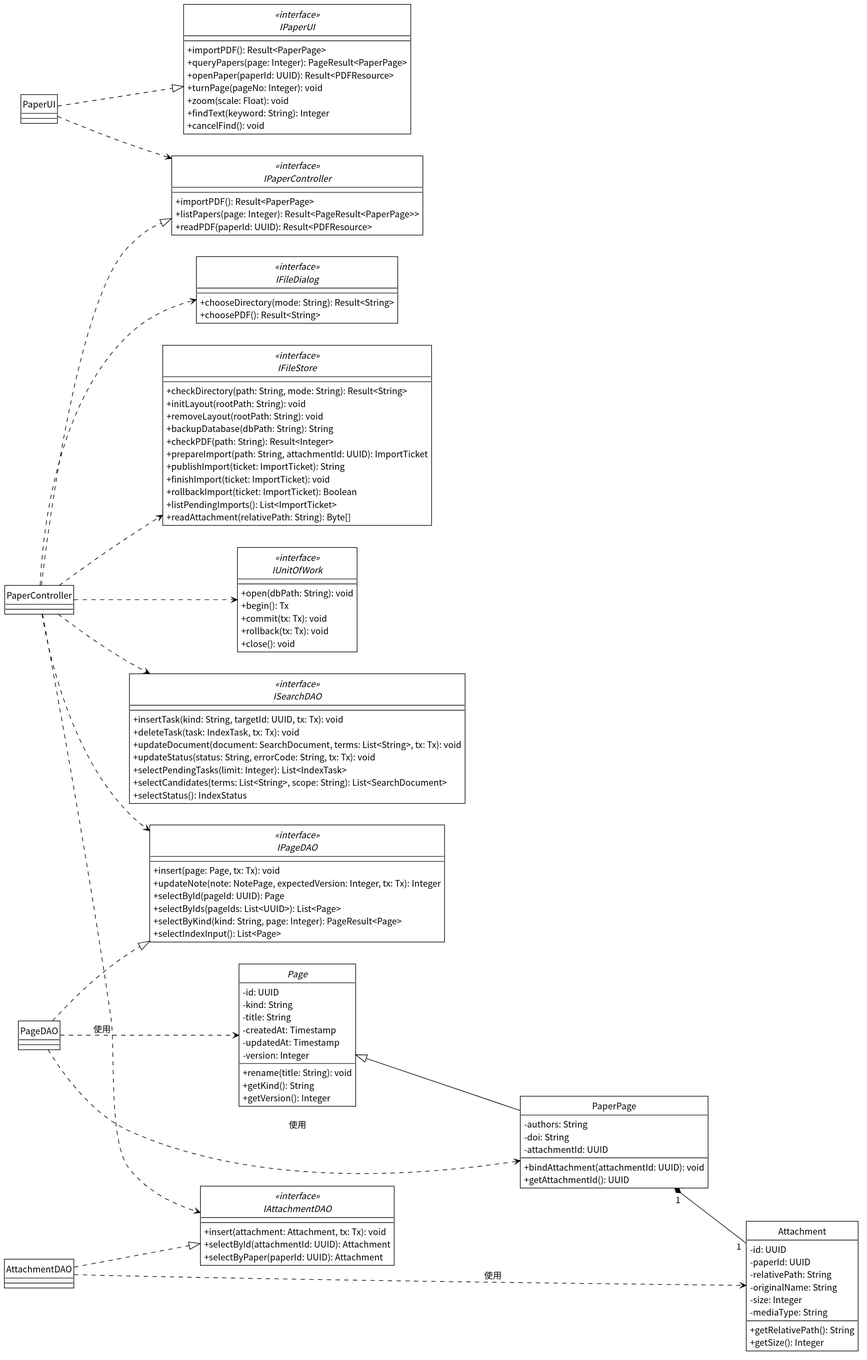
Earlier version of the PlantUML export docs/SE_Experiment/design/figures/components-uc04.svg (AlanRosston/labloom). Source of this version:
```plantuml
@startuml
!include _style.iuml
left to right direction

interface IPaperUI <<interface>> {
  + importPDF(): Result<PaperPage>
  + queryPapers(page: Integer): PageResult<PaperPage>
  + openPaper(paperId: UUID): Result<PDFResource>
  + turnPage(pageNo: Integer): void
  + zoom(scale: Float): void
  + findText(keyword: String): Integer
  + cancelFind(): void
}
interface IPaperController <<interface>> {
  + importPDF(): Result<PaperPage>
  + listPapers(page: Integer): Result<PageResult<PaperPage>>
  + readPDF(paperId: UUID): Result<PDFResource>
}
interface IFileDialog <<interface>> {
  + chooseDirectory(mode: String): Result<String>
  + choosePDF(): Result<String>
}
interface IFileStore <<interface>> {
  + checkDirectory(path: String, mode: String): Result<String>
  + initLayout(rootPath: String): void
  + removeLayout(rootPath: String): void
  + backupDatabase(dbPath: String): String
  + checkPDF(path: String): Result<Integer>
  + prepareImport(path: String, attachmentId: UUID): ImportTicket
  + publishImport(ticket: ImportTicket): String
  + finishImport(ticket: ImportTicket): void
  + rollbackImport(ticket: ImportTicket): Boolean
  + listPendingImports(): List<ImportTicket>
  + readAttachment(relativePath: String): Byte[]
}
interface IUnitOfWork <<interface>> {
  + open(dbPath: String): void
  + begin(): Tx
  + commit(tx: Tx): void
  + rollback(tx: Tx): void
  + close(): void
}
interface IPageDAO <<interface>> {
  + insert(page: Page, tx: Tx): void
  + updateNote(note: NotePage, expectedVersion: Integer, tx: Tx): Integer
  + selectById(pageId: UUID): Page
  + selectByIds(pageIds: List<UUID>): List<Page>
  + selectByKind(kind: String, page: Integer): PageResult<Page>
  + selectIndexInput(): List<Page>
}
interface IAttachmentDAO <<interface>> {
  + insert(attachment: Attachment, tx: Tx): void
  + selectById(attachmentId: UUID): Attachment
  + selectByPaper(paperId: UUID): Attachment
}
interface ISearchDAO <<interface>> {
  + insertTask(kind: String, targetId: UUID, tx: Tx): void
  + deleteTask(task: IndexTask, tx: Tx): void
  + updateDocument(document: SearchDocument, terms: List<String>, tx: Tx): void
  + updateStatus(status: String, errorCode: String, tx: Tx): void
  + selectPendingTasks(limit: Integer): List<IndexTask>
  + selectCandidates(terms: List<String>, scope: String): List<SearchDocument>
  + selectStatus(): IndexStatus
}
class PaperUI
class PaperController
class PageDAO
class AttachmentDAO
abstract class Page {
  - id: UUID
  - kind: String
  - title: String
  - createdAt: Timestamp
  - updatedAt: Timestamp
  - version: Integer
  + rename(title: String): void
  + getKind(): String
  + getVersion(): Integer
}
class PaperPage {
  - authors: String
  - doi: String
  - attachmentId: UUID
  + bindAttachment(attachmentId: UUID): void
  + getAttachmentId(): UUID
}
class Attachment {
  - id: UUID
  - paperId: UUID
  - relativePath: String
  - originalName: String
  - size: Integer
  - mediaType: String
  + getRelativePath(): String
  + getSize(): Integer
}

PaperUI ..|> IPaperUI
PaperController ..|> IPaperController
PageDAO ..|> IPageDAO
AttachmentDAO ..|> IAttachmentDAO

PaperUI ..> IPaperController
PaperController ..> IFileDialog
PaperController ..> IFileStore
PaperController ..> IUnitOfWork
PaperController ..> IPageDAO
PaperController ..> IAttachmentDAO
PaperController ..> ISearchDAO

PageDAO ..> Page : 使用
PageDAO ..> PaperPage : 使用
AttachmentDAO ..> Attachment : 使用

Page <|-- PaperPage
PaperPage "1" *-- "1" Attachment
@enduml
```
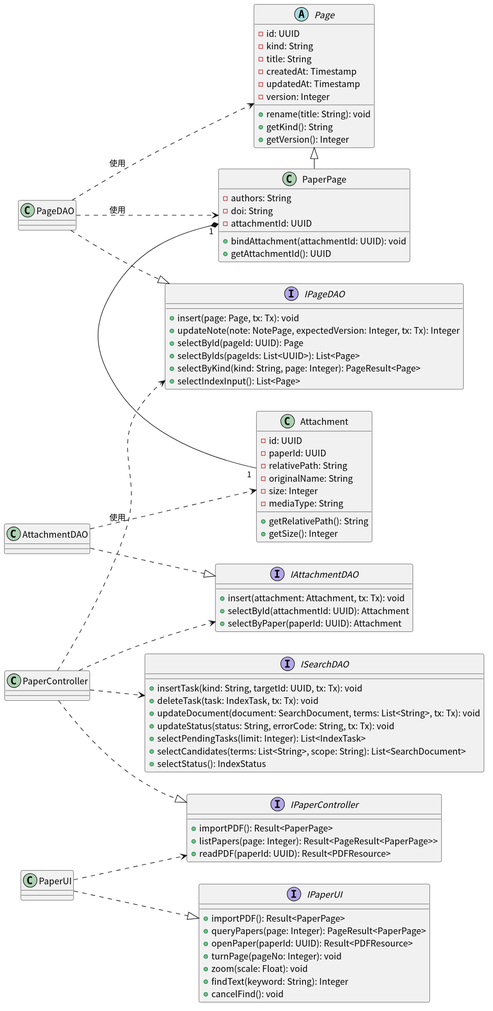
After the commit.

What changed in the source:
```diff
@@ -1,8 +1,8 @@
 @startuml
-!include _style.iuml
+!include _style_sample.iuml
 left to right direction
 
-interface IPaperUI <<interface>> {
+interface IPaperUI {
   + importPDF(): Result<PaperPage>
   + queryPapers(page: Integer): PageResult<PaperPage>
   + openPaper(paperId: UUID): Result<PDFResource>
@@ -11,36 +11,12 @@
   + findText(keyword: String): Integer
   + cancelFind(): void
 }
-interface IPaperController <<interface>> {
+interface IPaperController {
   + importPDF(): Result<PaperPage>
   + listPapers(page: Integer): Result<PageResult<PaperPage>>
   + readPDF(paperId: UUID): Result<PDFResource>
 }
-interface IFileDialog <<interface>> {
-  + chooseDirectory(mode: String): Result<String>
-  + choosePDF(): Result<String>
-}
-interface IFileStore <<interface>> {
-  + checkDirectory(path: String, mode: String): Result<String>
-  + initLayout(rootPath: String): void
-  + removeLayout(rootPath: String): void
-  + backupDatabase(dbPath: String): String
-  + checkPDF(path: String): Result<Integer>
-  + prepareImport(path: String, attachmentId: UUID): ImportTicket
-  + publishImport(ticket: ImportTicket): String
-  + finishImport(ticket: ImportTicket): void
-  + rollbackImport(ticket: ImportTicket): Boolean
-  + listPendingImports(): List<ImportTicket>
-  + readAttachment(relativePath: String): Byte[]
-}
-interface IUnitOfWork <<interface>> {
-  + open(dbPath: String): void
-  + begin(): Tx
-  + commit(tx: Tx): void
-  + rollback(tx: Tx): void
-  + close(): void
-}
-interface IPageDAO <<interface>> {
+interface IPageDAO {
   + insert(page: Page, tx: Tx): void
   + updateNote(note: NotePage, expectedVersion: Integer, tx: Tx): Integer
   + selectById(pageId: UUID): Page
@@ -48,12 +24,12 @@
   + selectByKind(kind: String, page: Integer): PageResult<Page>
   + selectIndexInput(): List<Page>
 }
-interface IAttachmentDAO <<interface>> {
+interface IAttachmentDAO {
   + insert(attachment: Attachment, tx: Tx): void
   + selectById(attachmentId: UUID): Attachment
   + selectByPaper(paperId: UUID): Attachment
 }
-interface ISearchDAO <<interface>> {
+interface ISearchDAO {
   + insertTask(kind: String, targetId: UUID, tx: Tx): void
   + deleteTask(task: IndexTask, tx: Tx): void
   + updateDocument(document: SearchDocument, terms: List<String>, tx: Tx): void
@@ -101,9 +77,6 @@
 AttachmentDAO ..|> IAttachmentDAO
 
 PaperUI ..> IPaperController
-PaperController ..> IFileDialog
-PaperController ..> IFileStore
-PaperController ..> IUnitOfWork
 PaperController ..> IPageDAO
 PaperController ..> IAttachmentDAO
 PaperController ..> ISearchDAO
@@ -112,6 +85,6 @@
 PageDAO ..> PaperPage : 使用
 AttachmentDAO ..> Attachment : 使用
 
-Page <|-- PaperPage
-PaperPage "1" *-- "1" Attachment
+Page <|- PaperPage
+PaperPage "1" *- "1" Attachment
 @enduml
```
